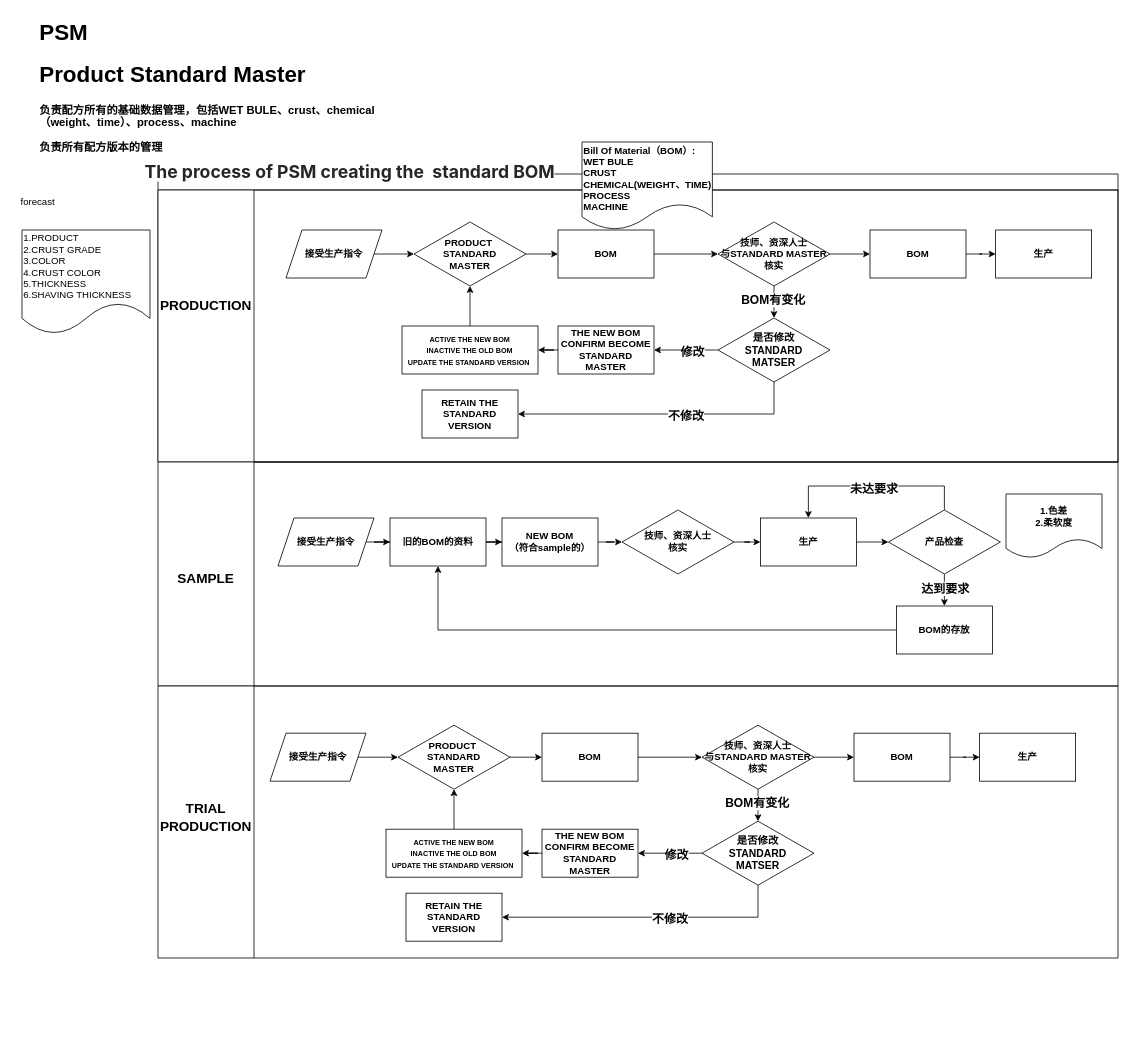
This is page "第 3 页" (3 of 3) of PSM.drawio from Jbmlier/framework, a draw.io file, before an edit. Source tidied: cells renumbered, new cells numbered last; positions are measured from the earlier drawing's top-left corner, leaving out a move shared by most shapes. Both pictures are drawn from the tidied source at 80%, with x=0, y=0 at pixel (14, 14).
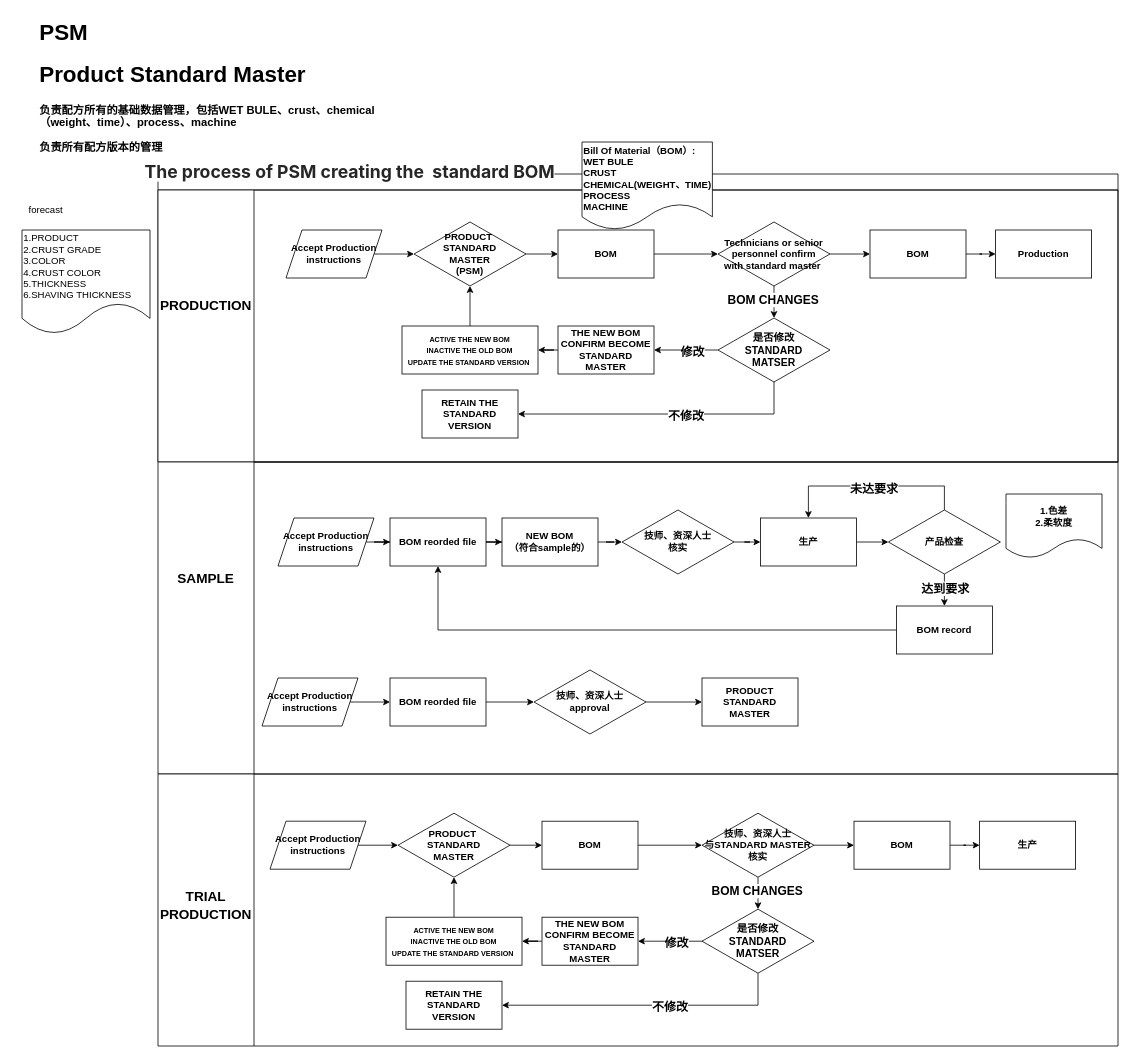
The same page after the edit.

Unchanged cells that the change refers to:
```xml
<mxCell id="3" style="swimlane;startSize=120;horizontal=0;html=1;" parent="2" vertex="1">
  <mxGeometry y="20" width="1200" height="340" as="geometry" />
</mxCell>
<mxCell id="12" style="edgeStyle=orthogonalEdgeStyle;rounded=0;jettySize=auto;html=1;entryX=0.5;entryY=0;entryDx=0;entryDy=0;entryPerimeter=0;fontStyle=1;" parent="3" edge="1" source="14" target="22">
  <mxGeometry relative="1" as="geometry" />
</mxCell>
<mxCell id="59" style="edgeStyle=orthogonalEdgeStyle;rounded=0;jettySize=auto;html=1;entryX=0.5;entryY=0;entryDx=0;entryDy=0;entryPerimeter=0;fontStyle=1;" parent="50" edge="1" source="61" target="69">
  <mxGeometry relative="1" as="geometry" />
</mxCell>
```

The edit, as a diff of the source:
```diff
@@
-    <mxCell id="6" value="接受生产指令" style="shape=parallelogram;perimeter=parallelogramPerimeter;whiteSpace=wrap;html=1;fixedSize=1;fontStyle=1;" parent="3" vertex="1">
+    <mxCell id="6" value="Accept Production&lt;div&gt;instructions&lt;/div&gt;" style="shape=parallelogram;perimeter=parallelogramPerimeter;whiteSpace=wrap;html=1;fixedSize=1;fontStyle=1;" parent="3" vertex="1">
       <mxGeometry x="160" y="50" width="120" height="60" as="geometry" />
     </mxCell>
@@
-    <mxCell id="8" value="PRODUCT&amp;nbsp;&lt;div&gt;STANDARD&lt;div&gt;MASTER&lt;/div&gt;&lt;/div&gt;" style="rhombus;whiteSpace=wrap;html=1;fontStyle=1;" parent="3" vertex="1">
+    <mxCell id="8" value="PRODUCT&amp;nbsp;&lt;div&gt;STANDARD&lt;div&gt;MASTER&lt;/div&gt;&lt;/div&gt;&lt;div&gt;(PSM)&lt;/div&gt;" style="rhombus;whiteSpace=wrap;html=1;fontStyle=1;" parent="3" vertex="1">
       <mxGeometry x="320" y="40" width="140" height="80" as="geometry" />
     </mxCell>
@@
-    <mxCell id="13" value="&lt;font style=&quot;font-size: 15px;&quot;&gt;&lt;span&gt;BOM有变化&lt;/span&gt;&lt;/font&gt;" style="edgeLabel;html=1;align=center;verticalAlign=middle;fontStyle=1;" parent="12" vertex="1">
+    <mxCell id="13" value="&lt;font style=&quot;font-size: 15px;&quot;&gt;&lt;span&gt;BOM CHANGES&lt;/span&gt;&lt;/font&gt;" style="edgeLabel;html=1;align=center;verticalAlign=middle;fontStyle=1;" parent="12" vertex="1">
       <mxGeometry x="-0.2" y="-2" relative="1" as="geometry" />
     </mxCell>
-    <mxCell id="14" value="技师、资深人士&lt;div&gt;与STANDARD MASTER&lt;/div&gt;&lt;div&gt;核实&lt;/div&gt;" style="rhombus;whiteSpace=wrap;html=1;fontStyle=1;" parent="3" vertex="1">
+    <mxCell id="14" value="Technicians or senior&lt;div&gt;personnel confirm&lt;/div&gt;&lt;div&gt;with standard master&lt;span style=&quot;background-color: transparent; color: light-dark(rgb(0, 0, 0), rgb(255, 255, 255));&quot;&gt;&amp;nbsp;&lt;/span&gt;&lt;/div&gt;" style="rhombus;whiteSpace=wrap;html=1;fontStyle=1;" parent="3" vertex="1">
       <mxGeometry x="700" y="40" width="140" height="80" as="geometry" />
     </mxCell>
@@
-    <mxCell id="17" value="生产" style="whiteSpace=wrap;html=1;fontStyle=1;" parent="3" vertex="1">
+    <mxCell id="17" value="Production" style="whiteSpace=wrap;html=1;fontStyle=1;" parent="3" vertex="1">
       <mxGeometry x="1047" y="50" width="120" height="60" as="geometry" />
     </mxCell>
@@
     <mxCell id="28" style="swimlane;startSize=120;horizontal=0;html=1;" parent="1" vertex="1">
-      <mxGeometry x="180" y="560" width="1200" height="280" as="geometry" />
+      <mxGeometry x="180" y="560" width="1200" height="390" as="geometry" />
     </mxCell>
@@
-    <mxCell id="31" value="接受生产指令" style="shape=parallelogram;perimeter=parallelogramPerimeter;whiteSpace=wrap;html=1;fixedSize=1;fontStyle=1;" parent="28" vertex="1">
+    <mxCell id="31" value="Accept Production&lt;div&gt;instructions&lt;/div&gt;" style="shape=parallelogram;perimeter=parallelogramPerimeter;whiteSpace=wrap;html=1;fixedSize=1;fontStyle=1;" parent="28" vertex="1">
       <mxGeometry x="150" y="70" width="120" height="60" as="geometry" />
     </mxCell>
@@
-    <mxCell id="33" value="旧的BOM的资料" style="whiteSpace=wrap;html=1;fontStyle=1;" parent="28" vertex="1">
+    <mxCell id="33" value="BOM reorded file" style="whiteSpace=wrap;html=1;fontStyle=1;" parent="28" vertex="1">
       <mxGeometry x="290" y="70" width="120" height="60" as="geometry" />
     </mxCell>
@@
-    <mxCell id="41" value="BOM的存放" style="whiteSpace=wrap;html=1;fontStyle=1;" parent="28" vertex="1">
+    <mxCell id="41" value="BOM record" style="whiteSpace=wrap;html=1;fontStyle=1;" parent="28" vertex="1">
       <mxGeometry x="923" y="180" width="120" height="60" as="geometry" />
     </mxCell>
@@
+    <mxCell id="78" style="edgeStyle=orthogonalEdgeStyle;rounded=0;jettySize=auto;html=1;" parent="28" edge="1" source="79" target="81">
+      <mxGeometry relative="1" as="geometry" />
+    </mxCell>
+    <mxCell id="79" value="BOM reorded file" style="whiteSpace=wrap;html=1;fontStyle=1;" parent="28" vertex="1">
+      <mxGeometry x="290" y="270" width="120" height="60" as="geometry" />
+    </mxCell>
+    <mxCell id="80" style="edgeStyle=orthogonalEdgeStyle;rounded=0;jettySize=auto;html=1;" parent="28" edge="1" source="81" target="82">
+      <mxGeometry relative="1" as="geometry" />
+    </mxCell>
+    <mxCell id="81" value="技师、资深人士&lt;div&gt;approval&lt;/div&gt;" style="rhombus;whiteSpace=wrap;html=1;fontStyle=1;" parent="28" vertex="1">
+      <mxGeometry x="470" y="260" width="140" height="80" as="geometry" />
+    </mxCell>
+    <mxCell id="82" value="PRODUCT&lt;div&gt;STANDARD&lt;/div&gt;&lt;div&gt;MASTER&lt;/div&gt;" style="whiteSpace=wrap;html=1;fontStyle=1;" parent="28" vertex="1">
+      <mxGeometry x="680" y="270" width="120" height="60" as="geometry" />
+    </mxCell>
+    <mxCell id="83" style="edgeStyle=orthogonalEdgeStyle;rounded=0;jettySize=auto;html=1;" parent="28" edge="1" source="84" target="79">
+      <mxGeometry relative="1" as="geometry" />
+    </mxCell>
+    <mxCell id="84" value="Accept Production&lt;div&gt;instructions&lt;/div&gt;" style="shape=parallelogram;perimeter=parallelogramPerimeter;whiteSpace=wrap;html=1;fixedSize=1;fontStyle=1;" parent="28" vertex="1">
+      <mxGeometry x="130" y="270" width="120" height="60" as="geometry" />
+    </mxCell>
@@
     <mxCell id="50" style="swimlane;startSize=120;horizontal=0;html=1;" parent="1" vertex="1">
-      <mxGeometry x="180" y="840" width="1200" height="340" as="geometry" />
+      <mxGeometry x="180" y="950" width="1200" height="340" as="geometry" />
     </mxCell>
@@
-    <mxCell id="53" value="接受生产指令" style="shape=parallelogram;perimeter=parallelogramPerimeter;whiteSpace=wrap;html=1;fixedSize=1;fontStyle=1;" parent="50" vertex="1">
+    <mxCell id="53" value="Accept Production&lt;div&gt;instructions&lt;/div&gt;" style="shape=parallelogram;perimeter=parallelogramPerimeter;whiteSpace=wrap;html=1;fixedSize=1;fontStyle=1;" parent="50" vertex="1">
       <mxGeometry x="140" y="59" width="120" height="60" as="geometry" />
     </mxCell>
@@
-    <mxCell id="60" value="&lt;font style=&quot;font-size: 15px;&quot;&gt;&lt;span&gt;BOM有变化&lt;/span&gt;&lt;/font&gt;" style="edgeLabel;html=1;align=center;verticalAlign=middle;fontStyle=1;" parent="59" vertex="1">
+    <mxCell id="60" value="&lt;span style=&quot;font-size: 15px;&quot;&gt;BOM CHANGES&lt;/span&gt;" style="edgeLabel;html=1;align=center;verticalAlign=middle;fontStyle=1;" parent="59" vertex="1">
       <mxGeometry x="-0.2" y="-2" relative="1" as="geometry" />
     </mxCell>
@@
     <mxCell id="75" value="forecast" style="text;html=1;align=center;verticalAlign=middle;whiteSpace=wrap;rounded=0;" parent="1" vertex="1">
-      <mxGeometry y="220" width="60" height="30" as="geometry" />
+      <mxGeometry x="10" y="230" width="60" height="30" as="geometry" />
     </mxCell>
```
